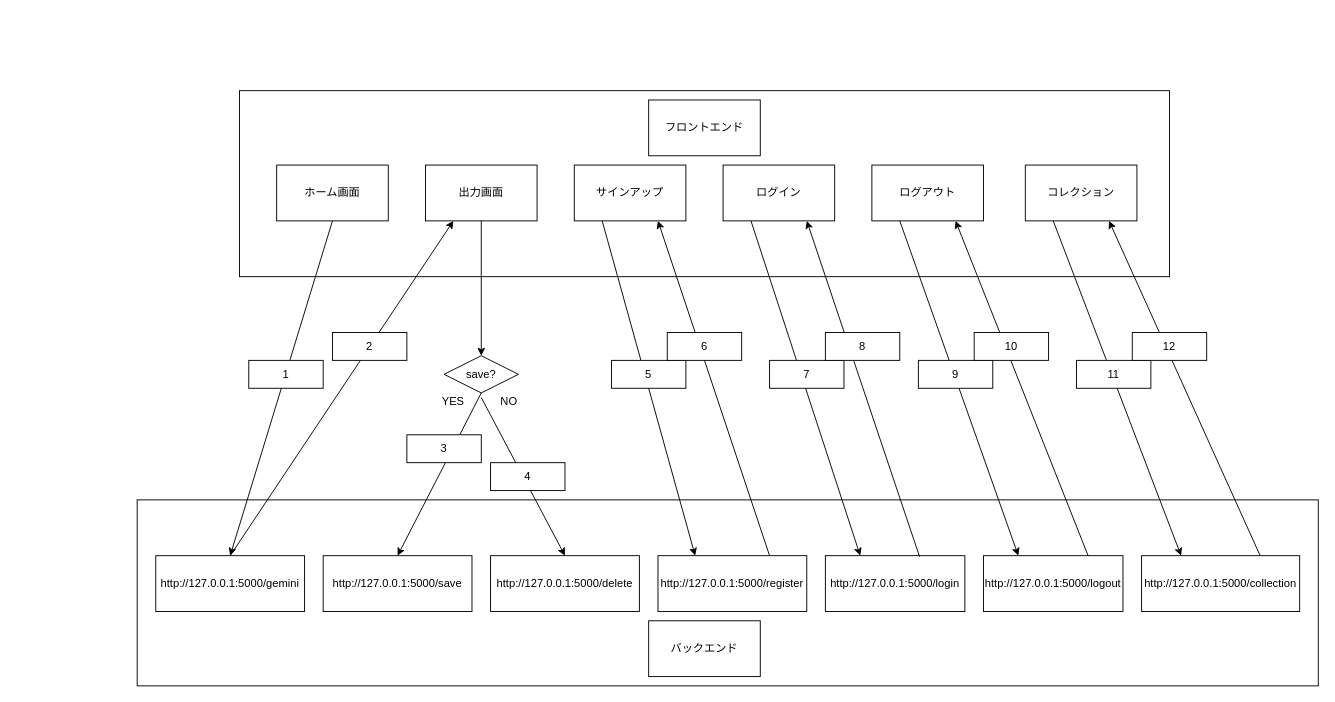
kc3hack/2025_14 keeps this draw.io diagram as flow.drawio. Above is the earlier version. Source tidied: cells renumbered, new cells numbered last; positions are measured from the earlier drawing's top-left corner, leaving out a move shared by most shapes. Both pictures are drawn from the tidied source at 93%, with x=0, y=0 at pixel (137, 90).
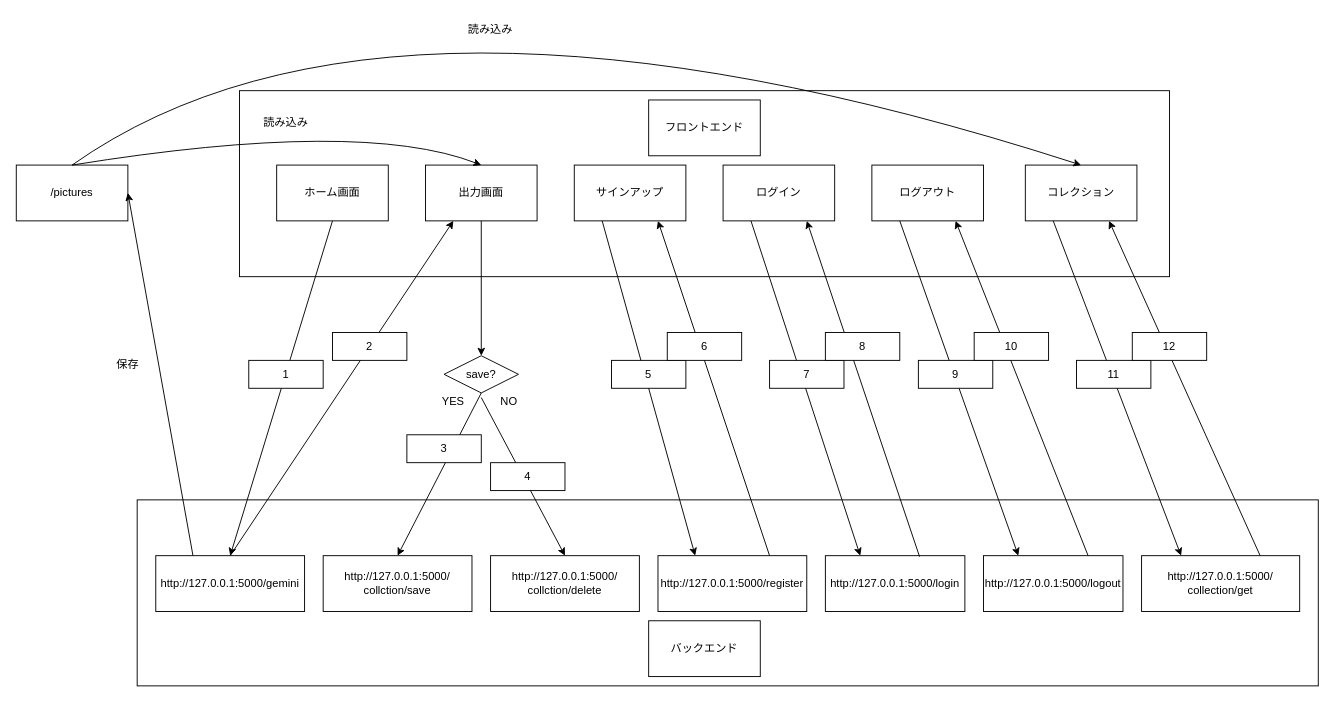
The same page after the edit.

The change refers to these unchanged cells:
```xml
<mxCell id="3" value="コレクション" style="rounded=0;whiteSpace=wrap;html=1;" parent="1" vertex="1">
  <mxGeometry x="955" y="80" width="120" height="60" as="geometry" />
</mxCell>
<mxCell id="12" value="http://127.0.0.1:5000/gemini" style="rounded=0;whiteSpace=wrap;html=1;" parent="1" vertex="1">
  <mxGeometry x="20" y="500" width="160" height="60" as="geometry" />
</mxCell>
<mxCell id="16" value="出力画面" style="rounded=0;whiteSpace=wrap;html=1;" parent="1" vertex="1">
  <mxGeometry x="310" y="80" width="120" height="60" as="geometry" />
</mxCell>
```

What changed in the source:
```diff
@@
-    <mxCell id="9" value="http://127.0.0.1:5000/collection" style="rounded=0;whiteSpace=wrap;html=1;" parent="1" vertex="1">
+    <mxCell id="9" value="http://127.0.0.1:5000/&lt;div&gt;collection/get&lt;/div&gt;" style="rounded=0;whiteSpace=wrap;html=1;" parent="1" vertex="1">
       <mxGeometry x="1080" y="500" width="170" height="60" as="geometry" />
     </mxCell>
@@
-    <mxCell id="17" value="http://127.0.0.1:5000/save" style="rounded=0;whiteSpace=wrap;html=1;" parent="1" vertex="1">
+    <mxCell id="17" value="http://127.0.0.1:5000/&lt;div&gt;collction/save&lt;/div&gt;" style="rounded=0;whiteSpace=wrap;html=1;" parent="1" vertex="1">
       <mxGeometry x="200" y="500" width="160" height="60" as="geometry" />
     </mxCell>
-    <mxCell id="18" value="http://127.0.0.1:5000/delete" style="rounded=0;whiteSpace=wrap;html=1;" parent="1" vertex="1">
+    <mxCell id="18" value="http://127.0.0.1:5000/&lt;div&gt;collction/delete&lt;/div&gt;" style="rounded=0;whiteSpace=wrap;html=1;" parent="1" vertex="1">
       <mxGeometry x="380" y="500" width="160" height="60" as="geometry" />
     </mxCell>
@@
+    <mxCell id="47" value="/pictures" style="rounded=0;whiteSpace=wrap;html=1;" parent="1" vertex="1">
+      <mxGeometry x="-130" y="80" width="120" height="60" as="geometry" />
+    </mxCell>
+    <mxCell id="48" style="endArrow=classic;html=1;exitX=0.25;exitY=0;exitDx=0;exitDy=0;entryX=1;entryY=0.5;entryDx=0;entryDy=0;" parent="1" edge="1" source="12" target="47">
+      <mxGeometry relative="1" as="geometry" />
+    </mxCell>
+    <mxCell id="49" value="保存" style="text;html=1;align=center;verticalAlign=middle;whiteSpace=wrap;rounded=0;" parent="1" vertex="1">
+      <mxGeometry x="-40" y="280" width="60" height="30" as="geometry" />
+    </mxCell>
+    <mxCell id="50" style="curved=1;endArrow=classic;html=1;exitX=0.5;exitY=0;exitDx=0;exitDy=0;entryX=0.5;entryY=0;entryDx=0;entryDy=0;" parent="1" edge="1" source="47" target="16">
+      <mxGeometry relative="1" as="geometry">
+        <Array as="points">
+          <mxPoint x="240" y="30" />
+        </Array>
+      </mxGeometry>
+    </mxCell>
+    <mxCell id="51" style="curved=1;endArrow=classic;html=1;entryX=0.5;entryY=0;entryDx=0;entryDy=0;" parent="1" edge="1" target="3">
+      <mxGeometry relative="1" as="geometry">
+        <mxPoint x="-70" y="80" as="sourcePoint" />
+        <Array as="points">
+          <mxPoint x="270" y="-160" />
+        </Array>
+      </mxGeometry>
+    </mxCell>
+    <mxCell id="52" value="読み込み" style="text;html=1;align=center;verticalAlign=middle;whiteSpace=wrap;rounded=0;" parent="1" vertex="1">
+      <mxGeometry x="350" y="-80" width="60" height="30" as="geometry" />
+    </mxCell>
+    <mxCell id="53" value="読み込み" style="text;html=1;align=center;verticalAlign=middle;whiteSpace=wrap;rounded=0;" parent="1" vertex="1">
+      <mxGeometry x="130" y="20" width="60" height="30" as="geometry" />
+    </mxCell>
```
